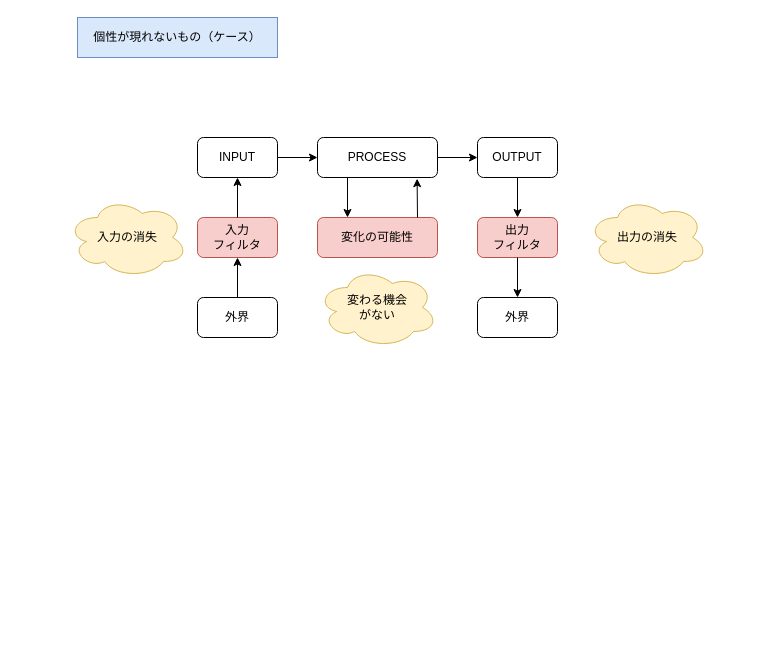
Earlier version of the draw.io diagram qiita_kosei_output_other1.drawio (YossyIto/booklog_drowio). Source tidied: cells renumbered, new cells numbered last; positions are measured from the earlier drawing's top-left corner, leaving out a move shared by most shapes. Both pictures are drawn from the tidied source at 100%, with x=0, y=0 at pixel (67, 17).
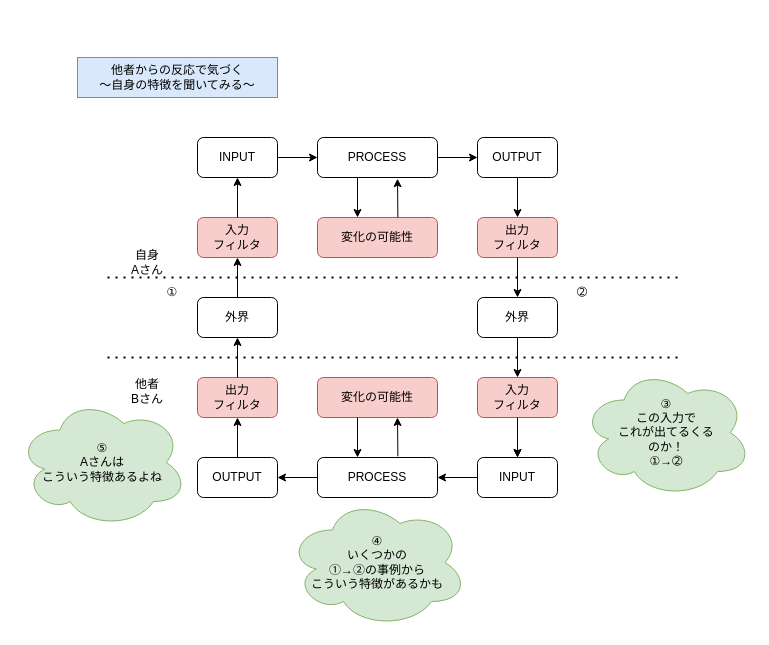
Above is the later version.

Commit message:
qiita_kosei_output_other1.drawio を更新します

Unchanged cells that the change refers to:
```xml
<mxCell id="3" value="外界" style="rounded=1;whiteSpace=wrap;html=1;" parent="1" vertex="1">
  <mxGeometry x="130" y="280" width="80" height="40" as="geometry" />
</mxCell>
<mxCell id="9" value="外界" style="rounded=1;whiteSpace=wrap;html=1;" parent="1" vertex="1">
  <mxGeometry x="410" y="280" width="80" height="40" as="geometry" />
</mxCell>
<mxCell id="11" value="PROCESS" style="rounded=1;whiteSpace=wrap;html=1;" parent="1" vertex="1">
  <mxGeometry x="250" y="120" width="120" height="40" as="geometry" />
</mxCell>
<mxCell id="18" value="変化の可能性" style="rounded=1;whiteSpace=wrap;html=1;fillColor=#f8cecc;strokeColor=#b85450;" parent="1" vertex="1">
  <mxGeometry x="250" y="200" width="120" height="40" as="geometry" />
</mxCell>
```

The edit, as a diff of the source:
```diff
@@
-    <mxCell id="2" value="個性が現れないもの（ケース）" style="text;html=1;align=center;verticalAlign=middle;whiteSpace=wrap;rounded=0;fillColor=#dae8fc;strokeColor=#6c8ebf;" parent="1" vertex="1">
-      <mxGeometry x="10" width="200" height="40" as="geometry" />
+    <mxCell id="2" value="他者からの反応で気づく&lt;div&gt;～自身の特徴を聞いてみる～&lt;/div&gt;" style="text;html=1;align=center;verticalAlign=middle;whiteSpace=wrap;rounded=0;fillColor=#dae8fc;strokeColor=#6c8ebf;" parent="1" vertex="1">
+      <mxGeometry x="10" y="40" width="200" height="40" as="geometry" />
     </mxCell>
@@
-    <mxCell id="16" value="入力の消失" style="ellipse;shape=cloud;whiteSpace=wrap;html=1;fillColor=#fff2cc;strokeColor=#d6b656;" parent="1" vertex="1">
-      <mxGeometry y="180" width="120" height="80" as="geometry" />
-    </mxCell>
-    <mxCell id="17" value="出力の消失" style="ellipse;shape=cloud;whiteSpace=wrap;html=1;fillColor=#fff2cc;strokeColor=#d6b656;" parent="1" vertex="1">
-      <mxGeometry x="520" y="180" width="120" height="80" as="geometry" />
-    </mxCell>
@@
-    <mxCell id="19" style="endArrow=classic;html=1;rounded=0;exitX=0.25;exitY=1;exitDx=0;exitDy=0;entryX=0.25;entryY=0;entryDx=0;entryDy=0;" parent="1" edge="1" source="11" target="18">
-      <mxGeometry relative="1" as="geometry" />
+    <mxCell id="19" style="endArrow=classic;html=1;rounded=0;exitX=0.25;exitY=1;exitDx=0;exitDy=0;entryX=0.25;entryY=0;entryDx=0;entryDy=0;" parent="1" edge="1">
+      <mxGeometry relative="1" as="geometry">
+        <mxPoint x="290" y="160" as="sourcePoint" />
+        <mxPoint x="290" y="200" as="targetPoint" />
+      </mxGeometry>
     </mxCell>
-    <mxCell id="20" style="endArrow=classic;html=1;rounded=0;entryX=0.83;entryY=1.029;entryDx=0;entryDy=0;entryPerimeter=0;" parent="1" edge="1" target="11">
+    <mxCell id="20" style="endArrow=classic;html=1;rounded=0;entryX=0.83;entryY=1.029;entryDx=0;entryDy=0;entryPerimeter=0;" parent="1" edge="1">
       <mxGeometry relative="1" as="geometry">
-        <mxPoint x="350" y="200" as="sourcePoint" />
+        <mxPoint x="330.4" y="200" as="sourcePoint" />
+        <mxPoint x="330" y="161.2" as="targetPoint" />
       </mxGeometry>
     </mxCell>
-    <mxCell id="21" value="変わる機会&lt;div&gt;がない&lt;/div&gt;" style="ellipse;shape=cloud;whiteSpace=wrap;html=1;fillColor=#fff2cc;strokeColor=#d6b656;" parent="1" vertex="1">
-      <mxGeometry x="250" y="250" width="120" height="80" as="geometry" />
-    </mxCell>
+    <mxCell id="22" style="endArrow=none;dashed=1;html=1;dashPattern=1 3;strokeWidth=2;rounded=0;" parent="1" edge="1">
+      <mxGeometry relative="1" as="geometry">
+        <mxPoint x="40" y="260" as="sourcePoint" />
+        <mxPoint x="610" y="260" as="targetPoint" />
+      </mxGeometry>
+    </mxCell>
+    <mxCell id="23" value="INPUT" style="rounded=1;whiteSpace=wrap;html=1;" parent="1" vertex="1">
+      <mxGeometry x="410" y="440" width="80" height="40" as="geometry" />
+    </mxCell>
+    <mxCell id="24" style="edgeStyle=orthogonalEdgeStyle;rounded=0;jettySize=auto;html=1;" parent="1" edge="1" source="25" target="23">
+      <mxGeometry relative="1" as="geometry" />
+    </mxCell>
+    <mxCell id="25" value="入力&lt;div&gt;フィルタ&lt;/div&gt;" style="rounded=1;whiteSpace=wrap;html=1;fillColor=#f8cecc;strokeColor=#b85450;" parent="1" vertex="1">
+      <mxGeometry x="410" y="360" width="80" height="40" as="geometry" />
+    </mxCell>
+    <mxCell id="26" style="endArrow=classic;html=1;rounded=0;" parent="1" edge="1" source="9" target="25">
+      <mxGeometry relative="1" as="geometry" />
+    </mxCell>
+    <mxCell id="27" style="endArrow=classic;html=1;rounded=0;entryX=0.5;entryY=0;entryDx=0;entryDy=0;" parent="1" edge="1" source="25" target="23">
+      <mxGeometry relative="1" as="geometry" />
+    </mxCell>
+    <mxCell id="28" value="自身&lt;div&gt;Aさん&lt;/div&gt;" style="text;html=1;align=center;verticalAlign=middle;whiteSpace=wrap;rounded=0;" parent="1" vertex="1">
+      <mxGeometry x="50" y="230" width="60" height="30" as="geometry" />
+    </mxCell>
+    <mxCell id="29" value="他者&lt;div&gt;Bさん&lt;/div&gt;" style="text;html=1;align=center;verticalAlign=middle;whiteSpace=wrap;rounded=0;" parent="1" vertex="1">
+      <mxGeometry x="50" y="359" width="60" height="30" as="geometry" />
+    </mxCell>
+    <mxCell id="30" style="endArrow=none;dashed=1;html=1;dashPattern=1 3;strokeWidth=2;rounded=0;" parent="1" edge="1">
+      <mxGeometry relative="1" as="geometry">
+        <mxPoint x="40" y="340" as="sourcePoint" />
+        <mxPoint x="610" y="340" as="targetPoint" />
+      </mxGeometry>
+    </mxCell>
+    <mxCell id="31" value="OUTPUT" style="rounded=1;whiteSpace=wrap;html=1;" parent="1" vertex="1">
+      <mxGeometry x="130" y="440" width="80" height="40" as="geometry" />
+    </mxCell>
+    <mxCell id="32" value="PROCESS" style="rounded=1;whiteSpace=wrap;html=1;" parent="1" vertex="1">
+      <mxGeometry x="250" y="440" width="120" height="40" as="geometry" />
+    </mxCell>
+    <mxCell id="33" value="&lt;div&gt;③&lt;/div&gt;この入力で&lt;div&gt;これが出てるくる&lt;/div&gt;&lt;div&gt;のか！&lt;/div&gt;&lt;div&gt;①→➁&lt;/div&gt;" style="ellipse;shape=cloud;whiteSpace=wrap;html=1;fillColor=#d5e8d4;strokeColor=#82b366;" parent="1" vertex="1">
+      <mxGeometry x="514" y="350" width="170" height="130" as="geometry" />
+    </mxCell>
+    <mxCell id="34" value="出力&lt;div&gt;フィルタ&lt;/div&gt;" style="rounded=1;whiteSpace=wrap;html=1;fillColor=#f8cecc;strokeColor=#b85450;" parent="1" vertex="1">
+      <mxGeometry x="130" y="360" width="80" height="40" as="geometry" />
+    </mxCell>
+    <mxCell id="35" value="変化の可能性" style="rounded=1;whiteSpace=wrap;html=1;fillColor=#f8cecc;strokeColor=#b85450;" parent="1" vertex="1">
+      <mxGeometry x="250" y="360" width="120" height="40" as="geometry" />
+    </mxCell>
+    <mxCell id="36" style="endArrow=classic;html=1;rounded=0;exitX=0.25;exitY=1;exitDx=0;exitDy=0;entryX=0.25;entryY=0;entryDx=0;entryDy=0;" parent="1" edge="1">
+      <mxGeometry relative="1" as="geometry">
+        <mxPoint x="290" y="400" as="sourcePoint" />
+        <mxPoint x="290" y="440" as="targetPoint" />
+      </mxGeometry>
+    </mxCell>
+    <mxCell id="37" style="endArrow=classic;html=1;rounded=0;entryX=0.83;entryY=1.029;entryDx=0;entryDy=0;entryPerimeter=0;" parent="1" edge="1">
+      <mxGeometry relative="1" as="geometry">
+        <mxPoint x="330.4" y="438.8" as="sourcePoint" />
+        <mxPoint x="330" y="400" as="targetPoint" />
+      </mxGeometry>
+    </mxCell>
+    <mxCell id="38" style="endArrow=classic;html=1;rounded=0;exitX=0;exitY=0.5;exitDx=0;exitDy=0;entryX=1;entryY=0.5;entryDx=0;entryDy=0;" parent="1" edge="1" source="23" target="32">
+      <mxGeometry relative="1" as="geometry" />
+    </mxCell>
+    <mxCell id="39" style="endArrow=classic;html=1;rounded=0;" parent="1" edge="1" source="32" target="31">
+      <mxGeometry relative="1" as="geometry" />
+    </mxCell>
+    <mxCell id="40" style="endArrow=classic;html=1;rounded=0;" parent="1" edge="1" target="3">
+      <mxGeometry relative="1" as="geometry">
+        <mxPoint x="170" y="360" as="sourcePoint" />
+      </mxGeometry>
+    </mxCell>
+    <mxCell id="41" style="endArrow=classic;html=1;rounded=0;" parent="1" edge="1" source="31" target="34">
+      <mxGeometry relative="1" as="geometry" />
+    </mxCell>
+    <mxCell id="42" value="&lt;div&gt;④&lt;/div&gt;いくつかの&lt;div&gt;①→➁の事例から&lt;/div&gt;&lt;div&gt;こういう特徴があるかも&lt;/div&gt;" style="ellipse;shape=cloud;whiteSpace=wrap;html=1;fillColor=#d5e8d4;strokeColor=#82b366;" parent="1" vertex="1">
+      <mxGeometry x="220" y="480" width="180" height="130" as="geometry" />
+    </mxCell>
+    <mxCell id="43" value="①" style="text;html=1;align=center;verticalAlign=middle;whiteSpace=wrap;rounded=0;" parent="1" vertex="1">
+      <mxGeometry x="80" y="260" width="50" height="30" as="geometry" />
+    </mxCell>
+    <mxCell id="44" value="➁" style="text;html=1;align=center;verticalAlign=middle;whiteSpace=wrap;rounded=0;" parent="1" vertex="1">
+      <mxGeometry x="490" y="260" width="50" height="30" as="geometry" />
+    </mxCell>
+    <mxCell id="45" value="&lt;div&gt;⑤&lt;/div&gt;Aさんは&lt;div&gt;こういう特徴あるよね&lt;/div&gt;" style="ellipse;shape=cloud;whiteSpace=wrap;html=1;fillColor=#d5e8d4;strokeColor=#82b366;" parent="1" vertex="1">
+      <mxGeometry x="-50" y="380" width="170" height="130" as="geometry" />
+    </mxCell>
```
